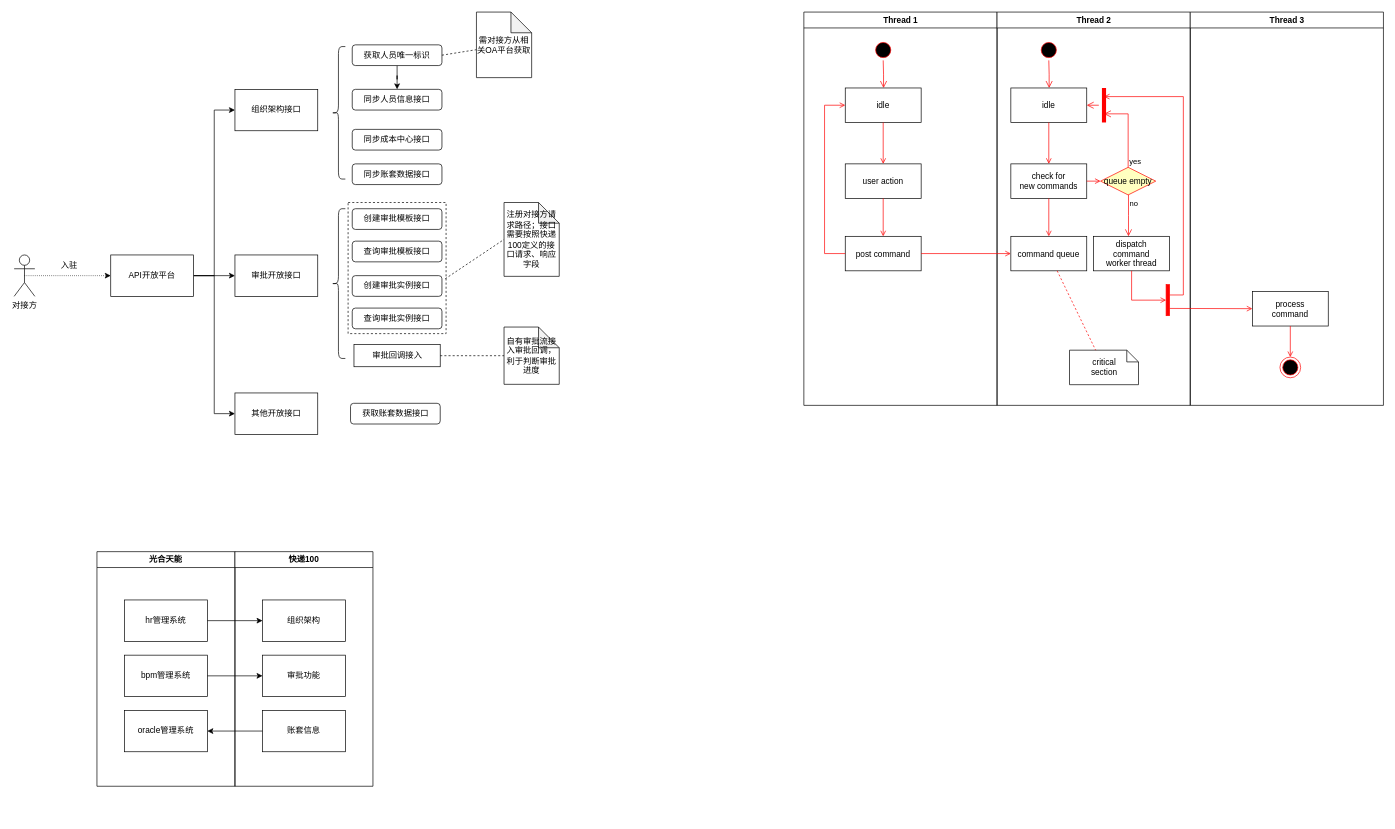
Lauyoo/huimieba keeps this draw.io diagram as page "Page-1" (1 of 2) of 天合光能.drawio. Above is the earlier version. Source tidied: cells renumbered, new cells numbered last; positions are measured from the earlier drawing's top-left corner, leaving out a move shared by most shapes. Both pictures are drawn from the tidied source at 69%, with x=0, y=0 at pixel (14, 12).
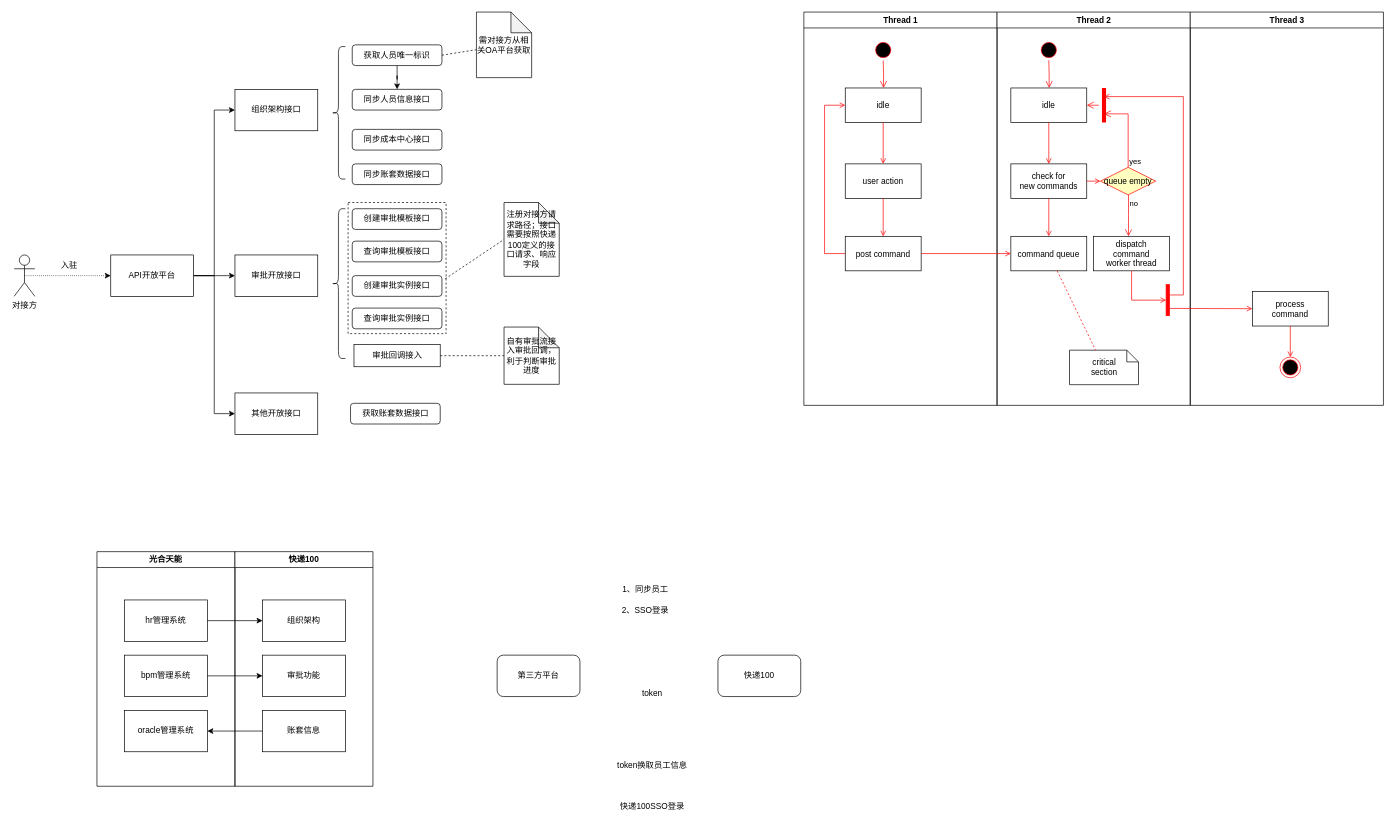
The same page after the edit.

Commit message:
更新天合光能.drawio

Change to the diagram source:
```diff
@@
+    <mxCell id="78" value="第三方平台" style="rounded=1;whiteSpace=wrap;html=1;" parent="1" vertex="1">
+      <mxGeometry x="700" y="932" width="120" height="60" as="geometry" />
+    </mxCell>
+    <mxCell id="79" value="快递100" style="rounded=1;whiteSpace=wrap;html=1;" parent="1" vertex="1">
+      <mxGeometry x="1020" y="932" width="120" height="60" as="geometry" />
+    </mxCell>
+    <mxCell id="80" value="1、同步员工" style="text;html=1;strokeColor=none;fillColor=none;align=center;verticalAlign=middle;whiteSpace=wrap;rounded=0;" parent="1" vertex="1">
+      <mxGeometry x="790" y="822" width="250" height="30" as="geometry" />
+    </mxCell>
+    <mxCell id="81" value="2、SSO登录" style="text;html=1;strokeColor=none;fillColor=none;align=center;verticalAlign=middle;whiteSpace=wrap;rounded=0;" parent="1" vertex="1">
+      <mxGeometry x="790" y="852" width="250" height="30" as="geometry" />
+    </mxCell>
+    <mxCell id="82" value="token" style="text;html=1;strokeColor=none;fillColor=none;align=center;verticalAlign=middle;whiteSpace=wrap;rounded=0;" parent="1" vertex="1">
+      <mxGeometry x="895" y="972" width="60" height="30" as="geometry" />
+    </mxCell>
+    <mxCell id="83" value="token换取员工信息" style="text;html=1;strokeColor=none;fillColor=none;align=center;verticalAlign=middle;whiteSpace=wrap;rounded=0;" parent="1" vertex="1">
+      <mxGeometry x="860" y="1077" width="130" height="30" as="geometry" />
+    </mxCell>
+    <mxCell id="84" value="快递100SSO登录" style="text;html=1;strokeColor=none;fillColor=none;align=center;verticalAlign=middle;whiteSpace=wrap;rounded=0;" parent="1" vertex="1">
+      <mxGeometry x="860" y="1136" width="130" height="30" as="geometry" />
+    </mxCell>
```
